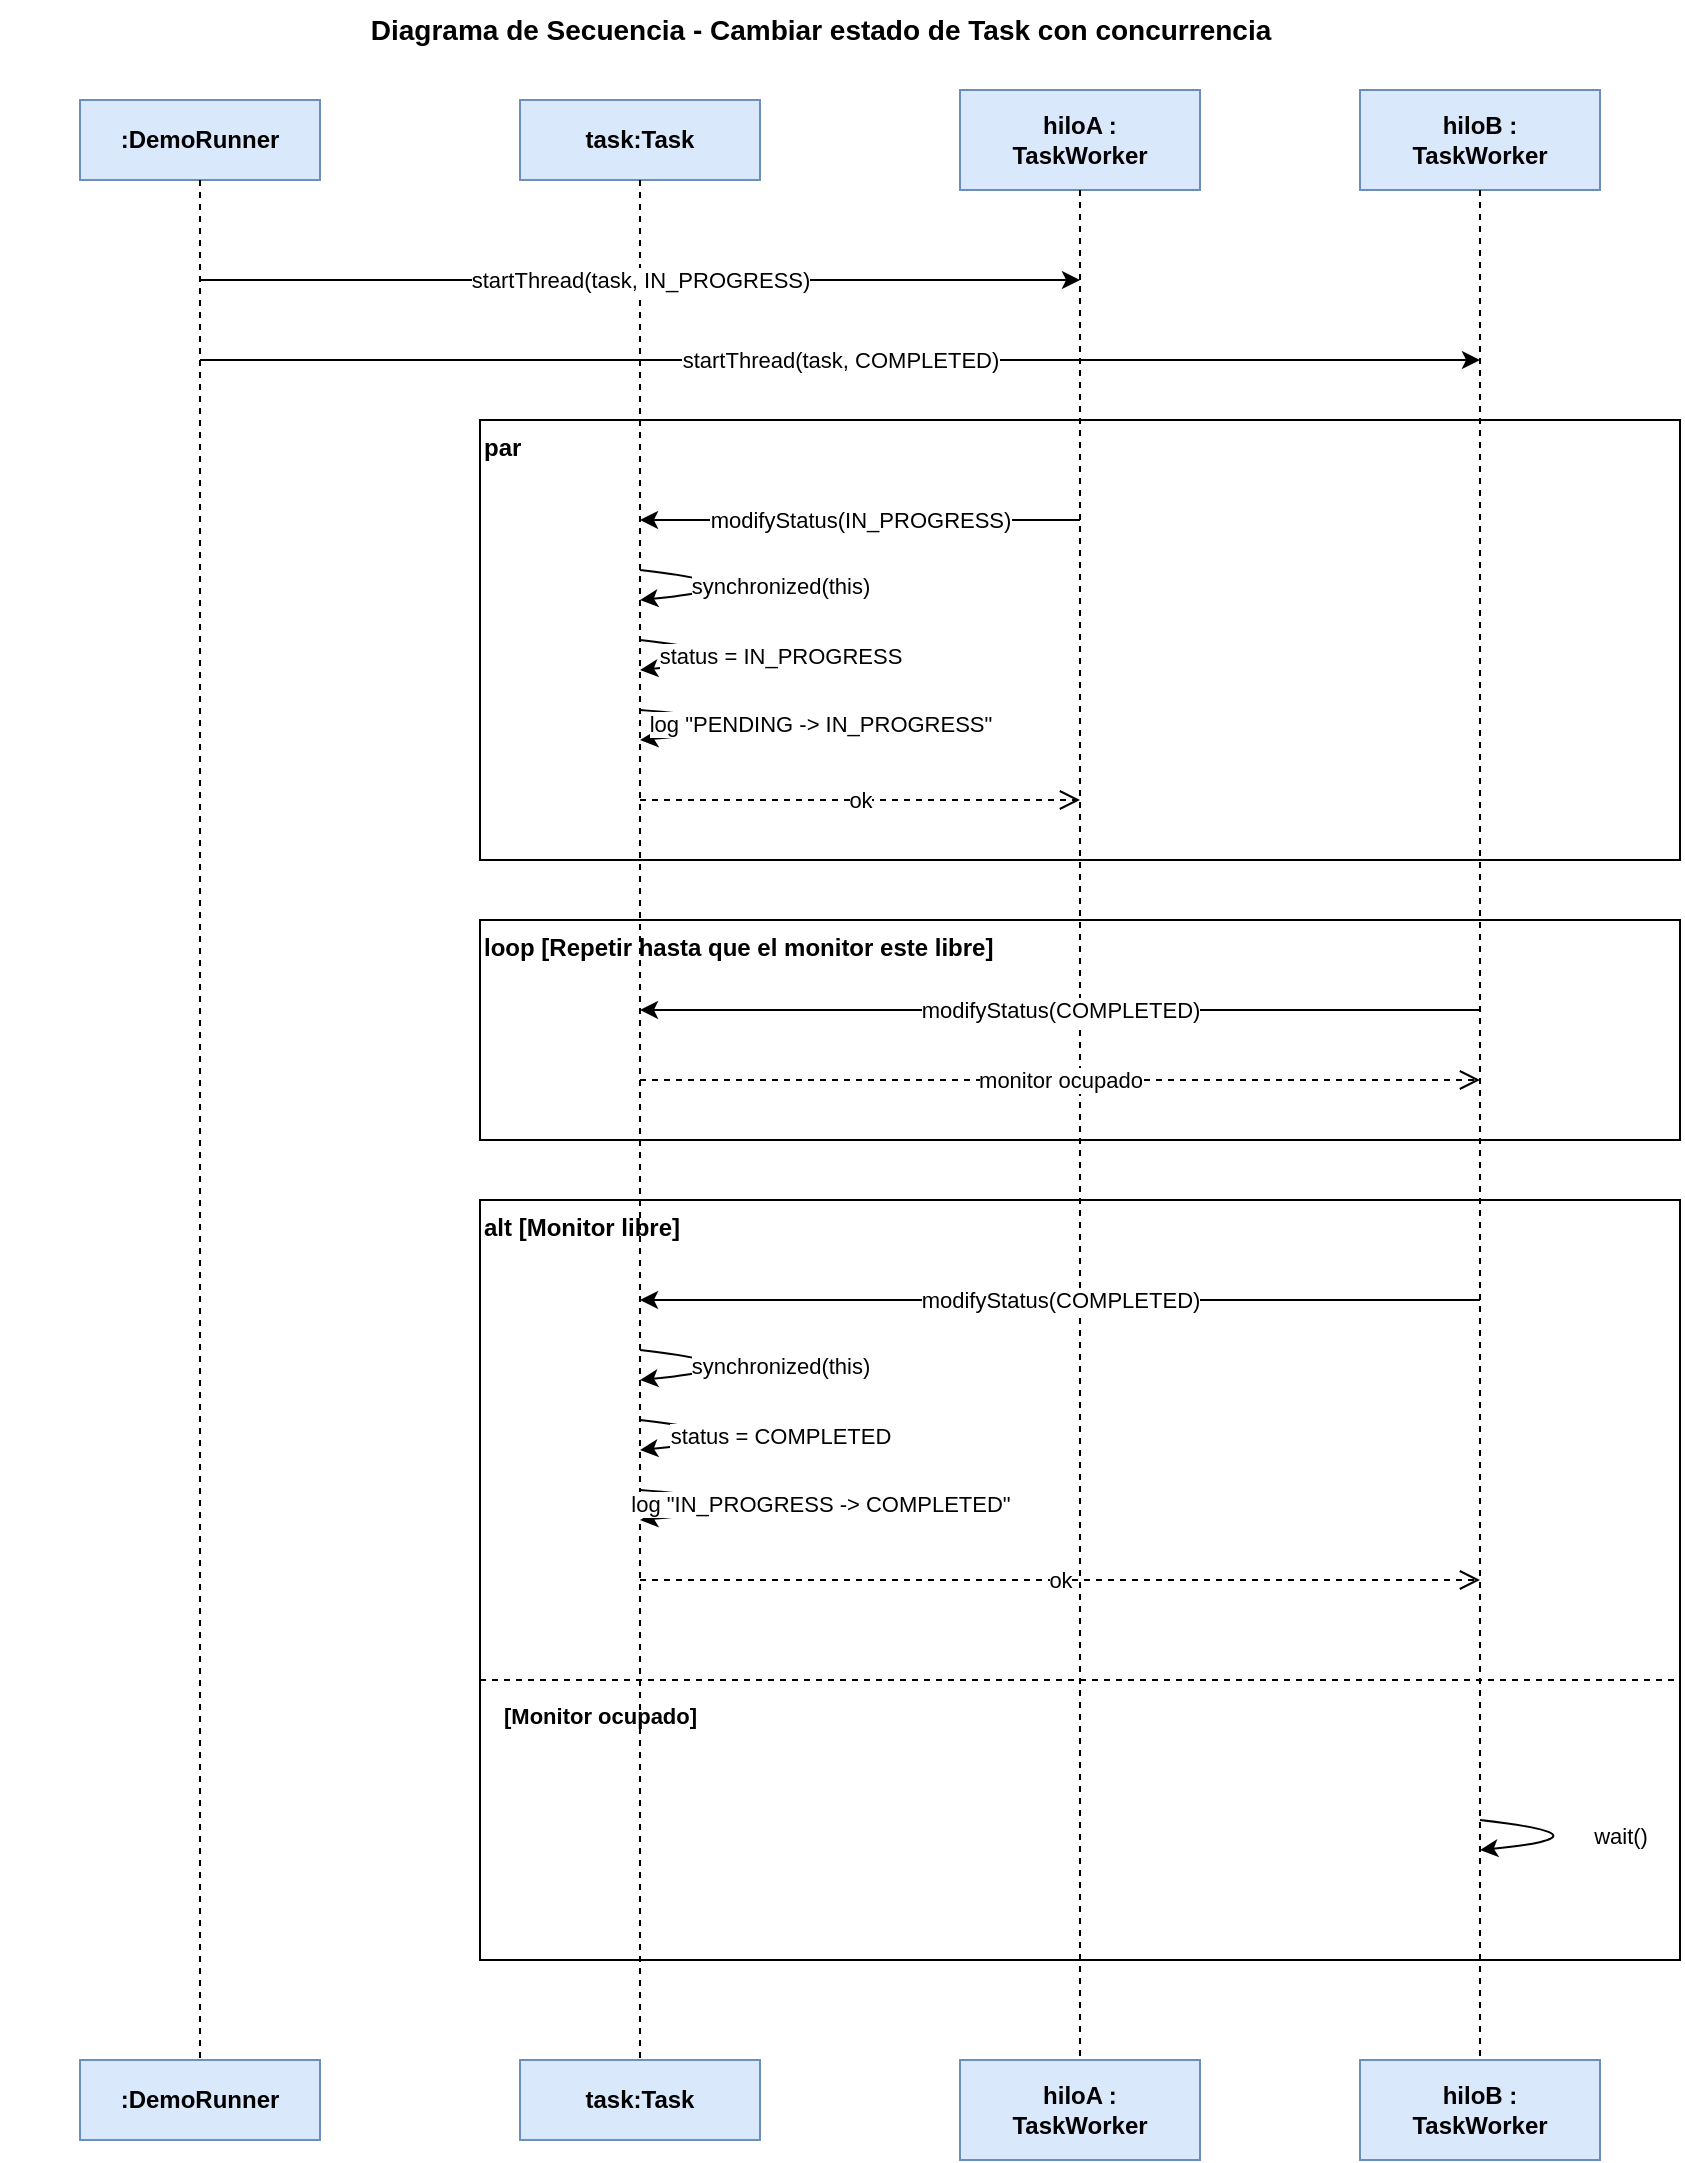
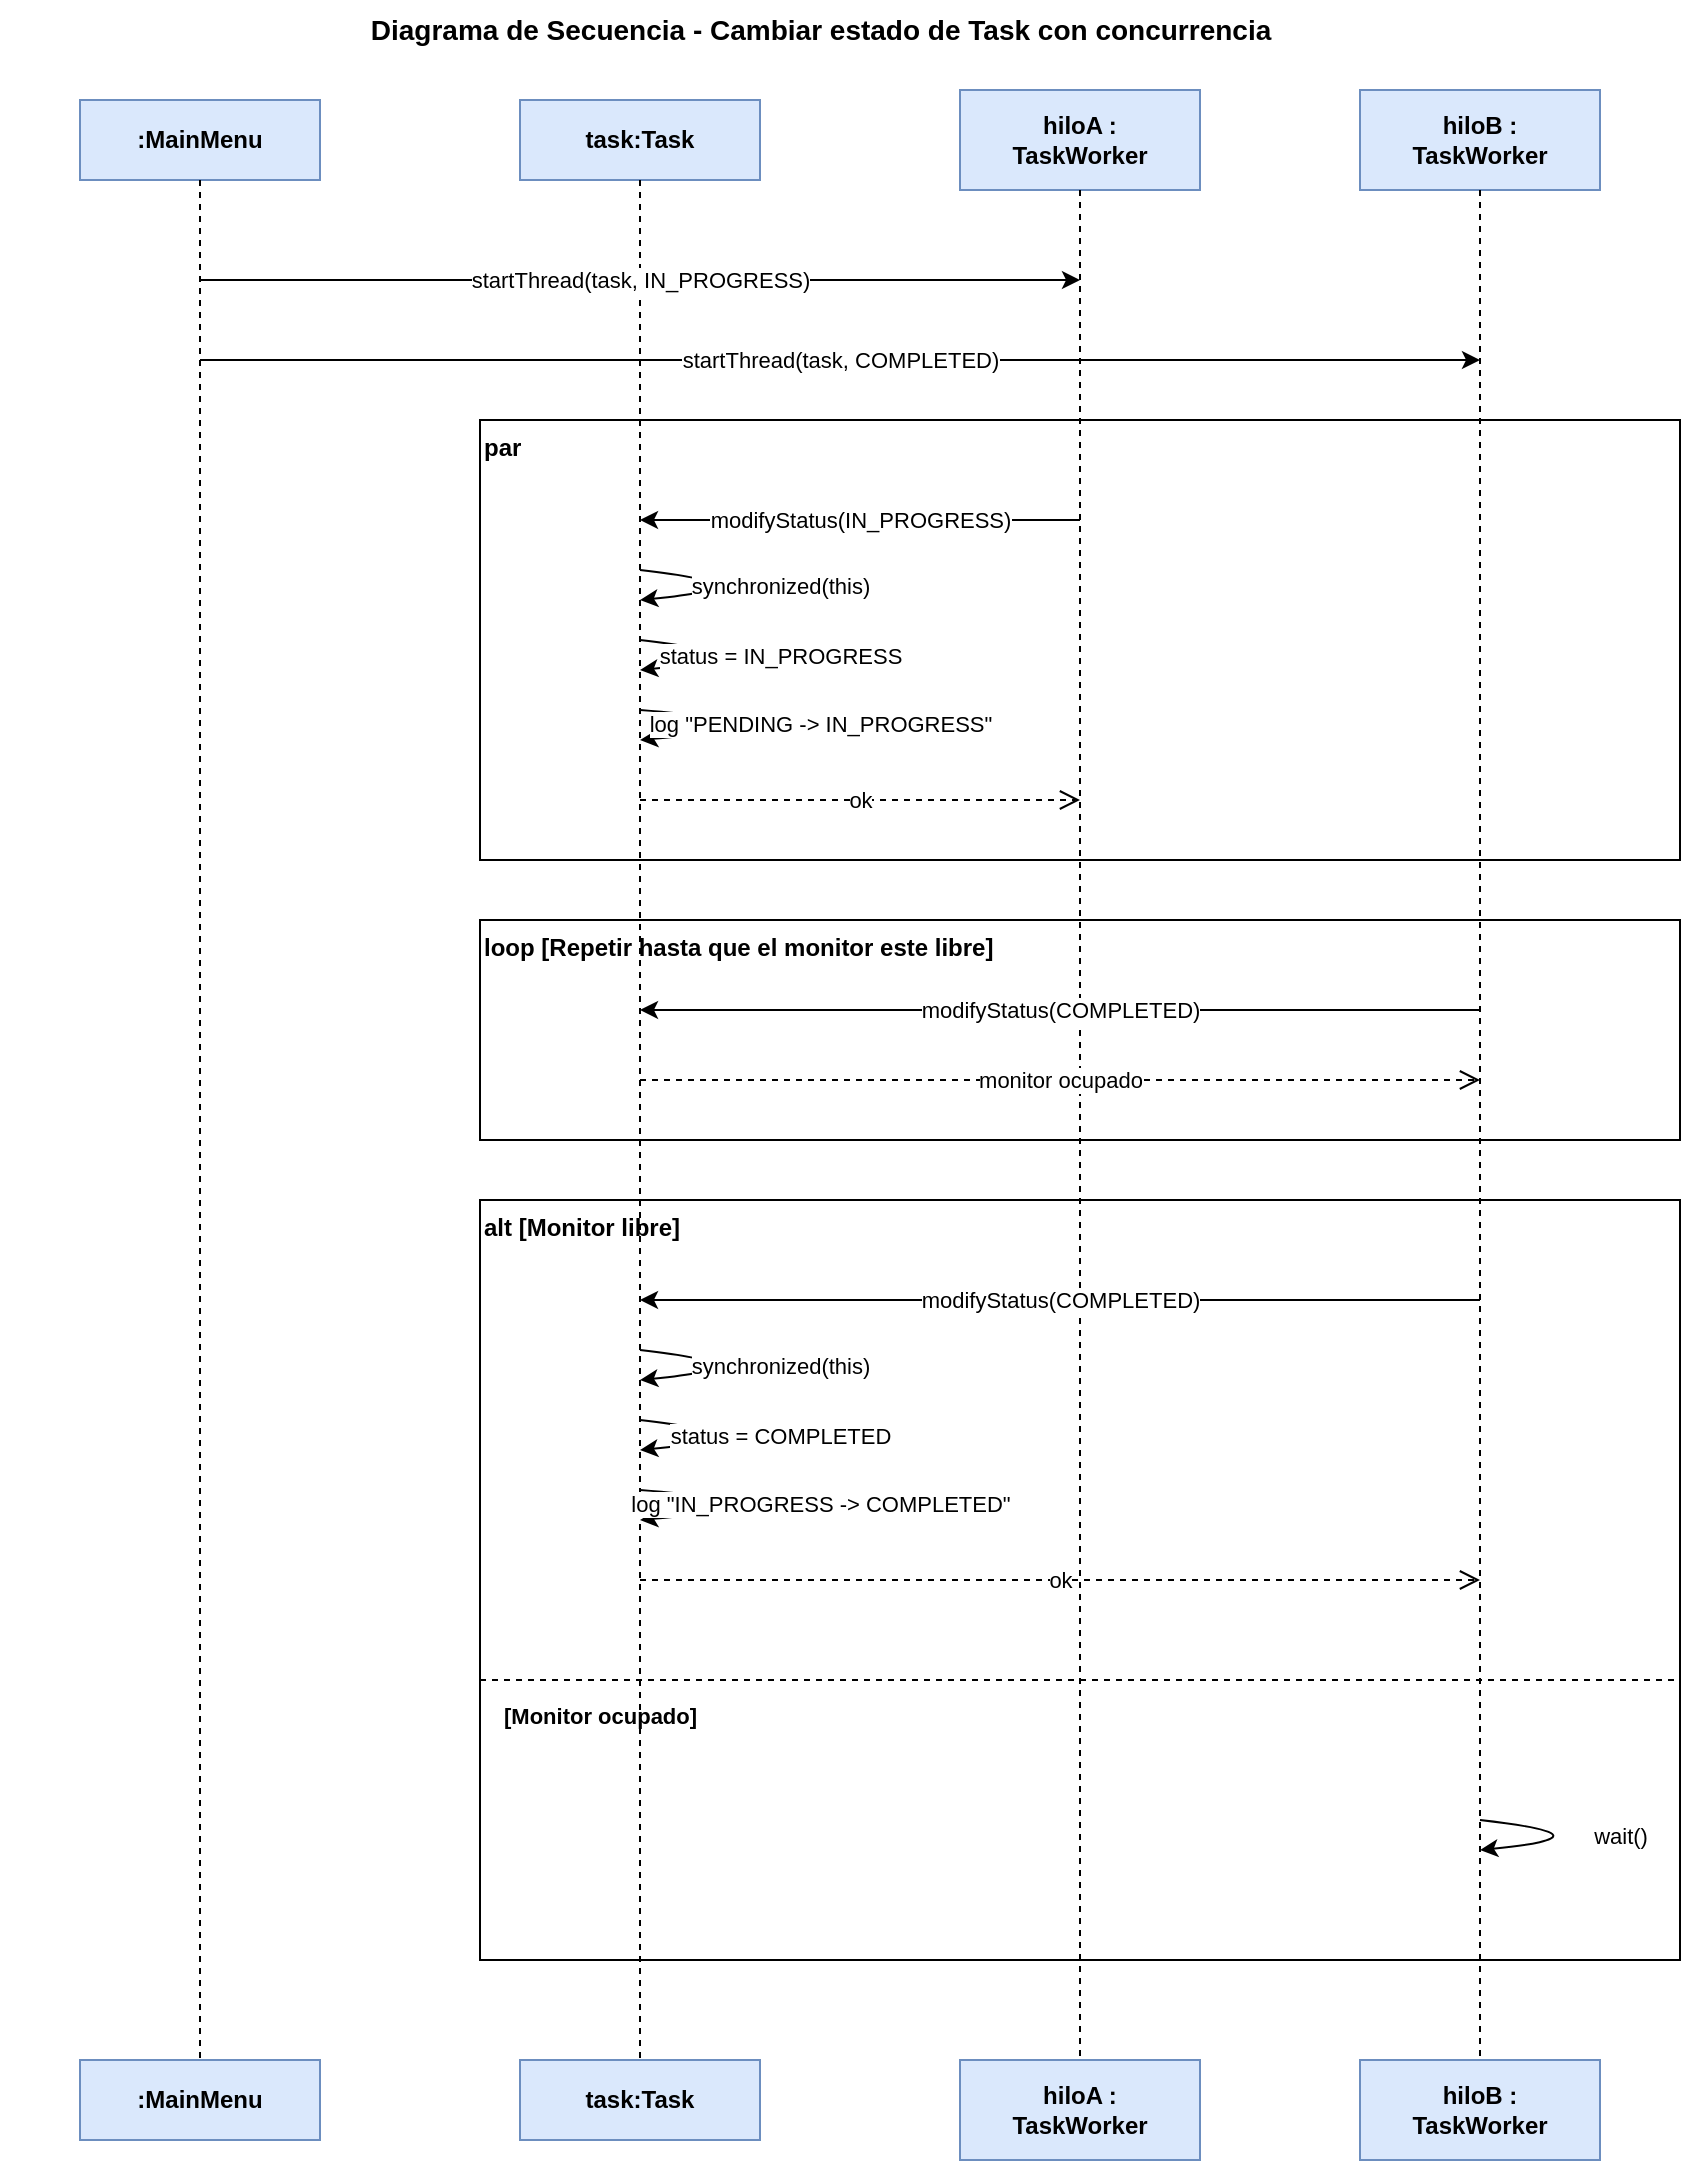
<mxfile host="app.diagrams.net" version="22.0.0">
  <diagram name="Secuencia" id="secuencia-1">
    <mxGraphModel dx="1500" dy="1100" grid="1" gridSize="10" guides="1" tooltips="1" connect="1" arrows="1" fold="1" page="1" pageScale="1" pageWidth="900" pageHeight="1100" math="0" shadow="0">
      <root>
        <mxCell id="0" />
        <mxCell id="1" parent="0" />

        <mxCell id="title" value="Diagrama de Secuencia - Cambiar estado de Task con concurrencia" style="text;html=1;align=center;verticalAlign=middle;fontSize=14;fontStyle=1" vertex="1" parent="1">
          <mxGeometry x="40" y="10" width="820" height="30" as="geometry" />
        </mxCell>

-         <mxCell id="demo_top" value=":DemoRunner" style="rounded=0;whiteSpace=wrap;html=1;fillColor=#DAE8FC;strokeColor=#6C8EBF;fontStyle=1" vertex="1" parent="1">
+         <mxCell id="demo_top" value=":MainMenu" style="rounded=0;whiteSpace=wrap;html=1;fillColor=#DAE8FC;strokeColor=#6C8EBF;fontStyle=1" vertex="1" parent="1">
          <mxGeometry x="80" y="60" width="120" height="40" as="geometry" />
        </mxCell>
-         <mxCell id="demo_bot" value=":DemoRunner" style="rounded=0;whiteSpace=wrap;html=1;fillColor=#DAE8FC;strokeColor=#6C8EBF;fontStyle=1" vertex="1" parent="1">
+         <mxCell id="demo_bot" value=":MainMenu" style="rounded=0;whiteSpace=wrap;html=1;fillColor=#DAE8FC;strokeColor=#6C8EBF;fontStyle=1" vertex="1" parent="1">
          <mxGeometry x="80" y="1040" width="120" height="40" as="geometry" />
        </mxCell>
        <mxCell id="demo_line" style="endArrow=none;html=1;strokeColor=#000000;dashed=1" edge="1" parent="1">
          <mxGeometry relative="1" as="geometry">
            <mxPoint x="140" y="100" as="sourcePoint" />
            <mxPoint x="140" y="1040" as="targetPoint" />
          </mxGeometry>
        </mxCell>

        <mxCell id="task_top" value="task:Task" style="rounded=0;whiteSpace=wrap;html=1;fillColor=#DAE8FC;strokeColor=#6C8EBF;fontStyle=1" vertex="1" parent="1">
          <mxGeometry x="300" y="60" width="120" height="40" as="geometry" />
        </mxCell>
        <mxCell id="task_bot" value="task:Task" style="rounded=0;whiteSpace=wrap;html=1;fillColor=#DAE8FC;strokeColor=#6C8EBF;fontStyle=1" vertex="1" parent="1">
          <mxGeometry x="300" y="1040" width="120" height="40" as="geometry" />
        </mxCell>
        <mxCell id="task_line" style="endArrow=none;html=1;strokeColor=#000000;dashed=1" edge="1" parent="1">
          <mxGeometry relative="1" as="geometry">
            <mxPoint x="360" y="100" as="sourcePoint" />
            <mxPoint x="360" y="1040" as="targetPoint" />
          </mxGeometry>
        </mxCell>

        <mxCell id="ha_top" value="hiloA :&#xa;TaskWorker" style="rounded=0;whiteSpace=wrap;html=1;fillColor=#DAE8FC;strokeColor=#6C8EBF;fontStyle=1" vertex="1" parent="1">
          <mxGeometry x="520" y="55" width="120" height="50" as="geometry" />
        </mxCell>
        <mxCell id="ha_bot" value="hiloA :&#xa;TaskWorker" style="rounded=0;whiteSpace=wrap;html=1;fillColor=#DAE8FC;strokeColor=#6C8EBF;fontStyle=1" vertex="1" parent="1">
          <mxGeometry x="520" y="1040" width="120" height="50" as="geometry" />
        </mxCell>
        <mxCell id="ha_line" style="endArrow=none;html=1;strokeColor=#000000;dashed=1" edge="1" parent="1">
          <mxGeometry relative="1" as="geometry">
            <mxPoint x="580" y="105" as="sourcePoint" />
            <mxPoint x="580" y="1040" as="targetPoint" />
          </mxGeometry>
        </mxCell>

        <mxCell id="hb_top" value="hiloB :&#xa;TaskWorker" style="rounded=0;whiteSpace=wrap;html=1;fillColor=#DAE8FC;strokeColor=#6C8EBF;fontStyle=1" vertex="1" parent="1">
          <mxGeometry x="720" y="55" width="120" height="50" as="geometry" />
        </mxCell>
        <mxCell id="hb_bot" value="hiloB :&#xa;TaskWorker" style="rounded=0;whiteSpace=wrap;html=1;fillColor=#DAE8FC;strokeColor=#6C8EBF;fontStyle=1" vertex="1" parent="1">
          <mxGeometry x="720" y="1040" width="120" height="50" as="geometry" />
        </mxCell>
        <mxCell id="hb_line" style="endArrow=none;html=1;strokeColor=#000000;dashed=1" edge="1" parent="1">
          <mxGeometry relative="1" as="geometry">
            <mxPoint x="780" y="105" as="sourcePoint" />
            <mxPoint x="780" y="1040" as="targetPoint" />
          </mxGeometry>
        </mxCell>

        <mxCell id="msg_startA" value="startThread(task, IN_PROGRESS)" style="endArrow=classic;html=1;strokeColor=#000000" edge="1" parent="1">
          <mxGeometry relative="1" as="geometry">
            <mxPoint x="140" y="150" as="sourcePoint" />
            <mxPoint x="580" y="150" as="targetPoint" />
          </mxGeometry>
        </mxCell>
        <mxCell id="msg_startB" value="startThread(task, COMPLETED)" style="endArrow=classic;html=1;strokeColor=#000000" edge="1" parent="1">
          <mxGeometry relative="1" as="geometry">
            <mxPoint x="140" y="190" as="sourcePoint" />
            <mxPoint x="780" y="190" as="targetPoint" />
          </mxGeometry>
        </mxCell>

        <mxCell id="parFrame" value="par" style="rounded=0;whiteSpace=wrap;html=1;fillColor=none;strokeColor=#000000;align=left;verticalAlign=top;fontStyle=1" vertex="1" parent="1">
          <mxGeometry x="280" y="220" width="600" height="220" as="geometry" />
        </mxCell>

        <mxCell id="msg_modA" value="modifyStatus(IN_PROGRESS)" style="endArrow=classic;html=1;strokeColor=#000000" edge="1" parent="1">
          <mxGeometry relative="1" as="geometry">
            <mxPoint x="580" y="270" as="sourcePoint" />
            <mxPoint x="360" y="270" as="targetPoint" />
          </mxGeometry>
        </mxCell>
        <mxCell id="msg_syncA" value="synchronized(this)" style="endArrow=classic;html=1;strokeColor=#000000;curved=1" edge="1" parent="1">
          <mxGeometry relative="1" as="geometry">
            <mxPoint x="360" y="295" as="sourcePoint" />
            <mxPoint x="360" y="310" as="targetPoint" />
            <Array as="points">
              <mxPoint x="430" y="303" />
            </Array>
          </mxGeometry>
        </mxCell>
        <mxCell id="msg_statusA" value="status = IN_PROGRESS" style="endArrow=classic;html=1;strokeColor=#000000;curved=1" edge="1" parent="1">
          <mxGeometry relative="1" as="geometry">
            <mxPoint x="360" y="330" as="sourcePoint" />
            <mxPoint x="360" y="345" as="targetPoint" />
            <Array as="points">
              <mxPoint x="430" y="338" />
            </Array>
          </mxGeometry>
        </mxCell>
        <mxCell id="msg_logA" value="log &quot;PENDING -&gt; IN_PROGRESS&quot;" style="endArrow=classic;html=1;strokeColor=#000000;curved=1" edge="1" parent="1">
          <mxGeometry relative="1" as="geometry">
            <mxPoint x="360" y="365" as="sourcePoint" />
            <mxPoint x="360" y="380" as="targetPoint" />
            <Array as="points">
              <mxPoint x="450" y="372" />
            </Array>
          </mxGeometry>
        </mxCell>
        <mxCell id="msg_okA" value="ok" style="endArrow=open;html=1;strokeColor=#000000;dashed=1;endSize=8" edge="1" parent="1">
          <mxGeometry relative="1" as="geometry">
            <mxPoint x="360" y="410" as="sourcePoint" />
            <mxPoint x="580" y="410" as="targetPoint" />
          </mxGeometry>
        </mxCell>

        <mxCell id="loopFrame" value="loop  [Repetir hasta que el monitor este libre]" style="rounded=0;whiteSpace=wrap;html=1;fillColor=none;strokeColor=#000000;align=left;verticalAlign=top;fontStyle=1" vertex="1" parent="1">
          <mxGeometry x="280" y="470" width="600" height="110" as="geometry" />
        </mxCell>

        <mxCell id="msg_modB_try" value="modifyStatus(COMPLETED)" style="endArrow=classic;html=1;strokeColor=#000000" edge="1" parent="1">
          <mxGeometry relative="1" as="geometry">
            <mxPoint x="780" y="515" as="sourcePoint" />
            <mxPoint x="360" y="515" as="targetPoint" />
          </mxGeometry>
        </mxCell>
        <mxCell id="msg_busy" value="monitor ocupado" style="endArrow=open;html=1;strokeColor=#000000;dashed=1;endSize=8" edge="1" parent="1">
          <mxGeometry relative="1" as="geometry">
            <mxPoint x="360" y="550" as="sourcePoint" />
            <mxPoint x="780" y="550" as="targetPoint" />
          </mxGeometry>
        </mxCell>

        <mxCell id="altFrame" value="alt  [Monitor libre]" style="rounded=0;whiteSpace=wrap;html=1;fillColor=none;strokeColor=#000000;align=left;verticalAlign=top;fontStyle=1" vertex="1" parent="1">
          <mxGeometry x="280" y="610" width="600" height="380" as="geometry" />
        </mxCell>

        <mxCell id="msg_modB" value="modifyStatus(COMPLETED)" style="endArrow=classic;html=1;strokeColor=#000000" edge="1" parent="1">
          <mxGeometry relative="1" as="geometry">
            <mxPoint x="780" y="660" as="sourcePoint" />
            <mxPoint x="360" y="660" as="targetPoint" />
          </mxGeometry>
        </mxCell>
        <mxCell id="msg_syncB" value="synchronized(this)" style="endArrow=classic;html=1;strokeColor=#000000;curved=1" edge="1" parent="1">
          <mxGeometry relative="1" as="geometry">
            <mxPoint x="360" y="685" as="sourcePoint" />
            <mxPoint x="360" y="700" as="targetPoint" />
            <Array as="points">
              <mxPoint x="430" y="693" />
            </Array>
          </mxGeometry>
        </mxCell>
        <mxCell id="msg_statusB" value="status = COMPLETED" style="endArrow=classic;html=1;strokeColor=#000000;curved=1" edge="1" parent="1">
          <mxGeometry relative="1" as="geometry">
            <mxPoint x="360" y="720" as="sourcePoint" />
            <mxPoint x="360" y="735" as="targetPoint" />
            <Array as="points">
              <mxPoint x="430" y="728" />
            </Array>
          </mxGeometry>
        </mxCell>
        <mxCell id="msg_logB" value="log &quot;IN_PROGRESS -&gt; COMPLETED&quot;" style="endArrow=classic;html=1;strokeColor=#000000;curved=1" edge="1" parent="1">
          <mxGeometry relative="1" as="geometry">
            <mxPoint x="360" y="755" as="sourcePoint" />
            <mxPoint x="360" y="770" as="targetPoint" />
            <Array as="points">
              <mxPoint x="450" y="762" />
            </Array>
          </mxGeometry>
        </mxCell>
        <mxCell id="msg_okB" value="ok" style="endArrow=open;html=1;strokeColor=#000000;dashed=1;endSize=8" edge="1" parent="1">
          <mxGeometry relative="1" as="geometry">
            <mxPoint x="360" y="800" as="sourcePoint" />
            <mxPoint x="780" y="800" as="targetPoint" />
          </mxGeometry>
        </mxCell>

        <mxCell id="altDivider" style="endArrow=none;html=1;strokeColor=#000000;dashed=1" edge="1" parent="1">
          <mxGeometry relative="1" as="geometry">
            <mxPoint x="280" y="850" as="sourcePoint" />
            <mxPoint x="880" y="850" as="targetPoint" />
          </mxGeometry>
        </mxCell>
        <mxCell id="altElseLabel" value="[Monitor ocupado]" style="text;html=1;align=left;verticalAlign=middle;fontStyle=1;fontSize=11" vertex="1" parent="1">
          <mxGeometry x="290" y="858" width="120" height="20" as="geometry" />
        </mxCell>

        <mxCell id="msg_wait" value="wait()" style="endArrow=classic;html=1;strokeColor=#000000;curved=1" edge="1" parent="1">
          <mxGeometry relative="1" as="geometry">
            <mxPoint x="780" y="920" as="sourcePoint" />
            <mxPoint x="780" y="935" as="targetPoint" />
            <Array as="points">
              <mxPoint x="850" y="928" />
            </Array>
          </mxGeometry>
        </mxCell>

      </root>
    </mxGraphModel>
  </diagram>
</mxfile>
